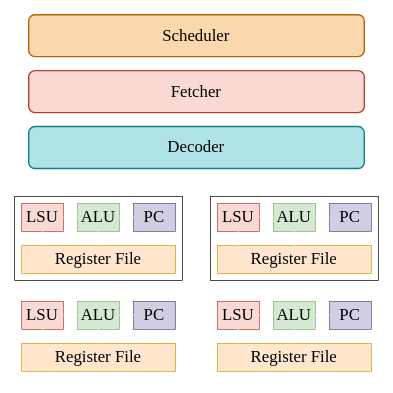
Above: docs/computeunit_top_level.svg in mmh257/proj_minigpu (draw.io), before the change. Source tidied: cells renumbered, new cells last; positions are measured from the earlier drawing's top-left corner, leaving out a move shared by most shapes.
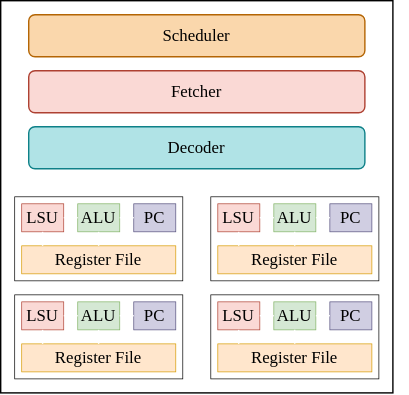
After the commit.

Diff of the diagram source:
```diff
@@ -1,4 +1,4 @@
-<mxGraphModel>
+<mxGraphModel background="#ffffff">
   <root>
     <mxCell id="0" />
     <mxCell id="1" parent="0" />
@@ -14,7 +14,7 @@
     <mxCell id="5" style="group;fontColor=#FFFFFF;" parent="1" vertex="1">
       <mxGeometry x="10" y="140" width="120" height="60" as="geometry" />
     </mxCell>
-    <mxCell id="6" style="rounded=0;whiteSpace=wrap;html=1;fontFamily=Tahoma;fontColor=#000000;fillColor=none;strokeWidth=0.5;" parent="5" vertex="1">
+    <mxCell id="6" style="rounded=0;whiteSpace=wrap;html=1;fontFamily=Tahoma;fontColor=#000000;fillColor=none;strokeWidth=0.5;strokeColor=#000000;" parent="5" vertex="1">
       <mxGeometry width="120" height="60" as="geometry" />
     </mxCell>
     <mxCell id="7" value="LSU" style="rounded=0;whiteSpace=wrap;html=1;strokeWidth=0.5;fontFamily=Tahoma;fillColor=#fad9d5;strokeColor=#ae4132;fontColor=#000000;" parent="5" vertex="1">
@@ -56,143 +56,143 @@
         <mxPoint x="55.1" y="9.9" as="targetPoint" />
       </mxGeometry>
     </mxCell>
-    <mxCell id="16" style="group;fontColor=#FFFFFF;" parent="1" vertex="1">
-      <mxGeometry x="150" y="140" width="130" height="140" as="geometry" />
-    </mxCell>
-    <mxCell id="17" style="rounded=0;whiteSpace=wrap;html=1;fontFamily=Tahoma;fontColor=#000000;fillColor=none;strokeWidth=0.5;" parent="16" vertex="1">
-      <mxGeometry width="120" height="60" as="geometry" />
-    </mxCell>
-    <mxCell id="18" value="LSU" style="rounded=0;whiteSpace=wrap;html=1;strokeWidth=0.5;fontFamily=Tahoma;fillColor=#fad9d5;strokeColor=#ae4132;fontColor=#000000;" parent="16" vertex="1">
-      <mxGeometry x="5" y="5" width="30" height="20" as="geometry" />
-    </mxCell>
-    <mxCell id="19" value="Register File" style="rounded=0;whiteSpace=wrap;html=1;strokeWidth=0.5;fontFamily=Tahoma;fillColor=#ffe6cc;strokeColor=#d79b00;fontColor=#000000;" parent="16" vertex="1">
-      <mxGeometry x="5" y="35" width="110" height="20" as="geometry" />
-    </mxCell>
-    <mxCell id="20" style="group;" parent="16" vertex="1">
-      <mxGeometry x="19.9" y="5" width="95.1" height="30" as="geometry" />
-    </mxCell>
-    <mxCell id="21" value="ALU" style="rounded=0;whiteSpace=wrap;html=1;strokeWidth=0.5;fontFamily=Tahoma;fillColor=#d5e8d4;strokeColor=#82b366;fontColor=#000000;" parent="20" vertex="1">
-      <mxGeometry x="25.1" width="30" height="20" as="geometry" />
-    </mxCell>
-    <mxCell id="22" value="PC" style="rounded=0;whiteSpace=wrap;html=1;strokeWidth=0.5;fontFamily=Tahoma;fillColor=#d0cee2;strokeColor=#56517e;fontColor=#000000;" parent="20" vertex="1">
-      <mxGeometry x="65.1" width="30" height="20" as="geometry" />
-    </mxCell>
-    <mxCell id="23" style="endArrow=none;html=1;strokeColor=#FFFFFF;fontFamily=Tahoma;fontColor=#000000;" parent="20" edge="1">
-      <mxGeometry relative="1" as="geometry">
-        <mxPoint y="30" as="sourcePoint" />
-        <mxPoint y="20" as="targetPoint" />
-      </mxGeometry>
-    </mxCell>
-    <mxCell id="24" style="endArrow=none;html=1;strokeColor=#FFFFFF;fontFamily=Tahoma;fontColor=#000000;" parent="20" edge="1">
-      <mxGeometry relative="1" as="geometry">
-        <mxPoint x="40" y="30" as="sourcePoint" />
-        <mxPoint x="40" y="20" as="targetPoint" />
-      </mxGeometry>
-    </mxCell>
-    <mxCell id="25" style="endArrow=none;html=1;strokeColor=#FFFFFF;fontFamily=Tahoma;fontColor=#000000;" parent="20" edge="1">
-      <mxGeometry relative="1" as="geometry">
-        <mxPoint x="25.1" y="9.9" as="sourcePoint" />
-        <mxPoint x="15.1" y="9.9" as="targetPoint" />
-      </mxGeometry>
-    </mxCell>
-    <mxCell id="26" style="endArrow=none;html=1;strokeColor=#FFFFFF;fontFamily=Tahoma;fontColor=#000000;" parent="20" edge="1">
-      <mxGeometry relative="1" as="geometry">
-        <mxPoint x="65.1" y="9.9" as="sourcePoint" />
-        <mxPoint x="55.1" y="9.9" as="targetPoint" />
-      </mxGeometry>
-    </mxCell>
-    <mxCell id="27" style="rounded=0;whiteSpace=wrap;html=1;strokeColor=#FFFFFF;strokeWidth=0.5;fontFamily=Tahoma;fontColor=#FFFFFF;fillColor=none;" parent="16" vertex="1">
-      <mxGeometry x="-150" y="-140" width="280" height="280" as="geometry" />
-    </mxCell>
+    <mxCell id="50" style="group;fontColor=#FFFFFF;" parent="1" vertex="1">
+      <mxGeometry x="150" y="140" width="140" height="140" as="geometry" />
+    </mxCell>
+    <mxCell id="51" style="rounded=0;whiteSpace=wrap;html=1;fontFamily=Tahoma;fontColor=#000000;fillColor=none;strokeWidth=0.5;strokeColor=#000000;" parent="50" vertex="1">
+      <mxGeometry width="120" height="60" as="geometry" />
+    </mxCell>
+    <mxCell id="52" value="LSU" style="rounded=0;whiteSpace=wrap;html=1;strokeWidth=0.5;fontFamily=Tahoma;fillColor=#fad9d5;strokeColor=#ae4132;fontColor=#000000;" parent="50" vertex="1">
+      <mxGeometry x="5" y="5" width="30" height="20" as="geometry" />
+    </mxCell>
+    <mxCell id="53" value="Register File" style="rounded=0;whiteSpace=wrap;html=1;strokeWidth=0.5;fontFamily=Tahoma;fillColor=#ffe6cc;strokeColor=#d79b00;fontColor=#000000;" parent="50" vertex="1">
+      <mxGeometry x="5" y="35" width="110" height="20" as="geometry" />
+    </mxCell>
+    <mxCell id="54" style="group;" parent="50" vertex="1">
+      <mxGeometry x="19.9" y="5" width="120.1" height="135" as="geometry" />
+    </mxCell>
+    <mxCell id="55" value="ALU" style="rounded=0;whiteSpace=wrap;html=1;strokeWidth=0.5;fontFamily=Tahoma;fillColor=#d5e8d4;strokeColor=#82b366;fontColor=#000000;" parent="54" vertex="1">
+      <mxGeometry x="25.1" width="30" height="20" as="geometry" />
+    </mxCell>
+    <mxCell id="56" value="PC" style="rounded=0;whiteSpace=wrap;html=1;strokeWidth=0.5;fontFamily=Tahoma;fillColor=#d0cee2;strokeColor=#56517e;fontColor=#000000;" parent="54" vertex="1">
+      <mxGeometry x="65.1" width="30" height="20" as="geometry" />
+    </mxCell>
+    <mxCell id="57" style="endArrow=none;html=1;strokeColor=#FFFFFF;fontFamily=Tahoma;fontColor=#000000;" parent="54" edge="1">
+      <mxGeometry relative="1" as="geometry">
+        <mxPoint y="30" as="sourcePoint" />
+        <mxPoint y="20" as="targetPoint" />
+      </mxGeometry>
+    </mxCell>
+    <mxCell id="58" style="endArrow=none;html=1;strokeColor=#FFFFFF;fontFamily=Tahoma;fontColor=#000000;" parent="54" edge="1">
+      <mxGeometry relative="1" as="geometry">
+        <mxPoint x="40" y="30" as="sourcePoint" />
+        <mxPoint x="40" y="20" as="targetPoint" />
+      </mxGeometry>
+    </mxCell>
+    <mxCell id="59" style="endArrow=none;html=1;strokeColor=#FFFFFF;fontFamily=Tahoma;fontColor=#000000;" parent="54" edge="1">
+      <mxGeometry relative="1" as="geometry">
+        <mxPoint x="25.1" y="9.9" as="sourcePoint" />
+        <mxPoint x="15.1" y="9.9" as="targetPoint" />
+      </mxGeometry>
+    </mxCell>
+    <mxCell id="60" style="endArrow=none;html=1;strokeColor=#FFFFFF;fontFamily=Tahoma;fontColor=#000000;" parent="54" edge="1">
+      <mxGeometry relative="1" as="geometry">
+        <mxPoint x="65.1" y="9.9" as="sourcePoint" />
+        <mxPoint x="55.1" y="9.9" as="targetPoint" />
+      </mxGeometry>
+    </mxCell>
+    <mxCell id="61" style="rounded=0;whiteSpace=wrap;html=1;fillColor=none;strokeColor=#000000;" parent="50" vertex="1">
+      <mxGeometry x="-150" y="-140" width="280" height="280" as="geometry" />
+    </mxCell>
+    <mxCell id="39" style="group;fontColor=#FFFFFF;" parent="1" vertex="1">
+      <mxGeometry x="150" y="210" width="120" height="60" as="geometry" />
+    </mxCell>
+    <mxCell id="62" style="rounded=0;whiteSpace=wrap;html=1;fontFamily=Tahoma;fontColor=#000000;fillColor=none;strokeWidth=0.5;strokeColor=#000000;" parent="39" vertex="1">
+      <mxGeometry width="120" height="60" as="geometry" />
+    </mxCell>
+    <mxCell id="63" value="LSU" style="rounded=0;whiteSpace=wrap;html=1;strokeWidth=0.5;fontFamily=Tahoma;fillColor=#fad9d5;strokeColor=#ae4132;fontColor=#000000;" parent="39" vertex="1">
+      <mxGeometry x="5" y="5" width="30" height="20" as="geometry" />
+    </mxCell>
+    <mxCell id="64" value="Register File" style="rounded=0;whiteSpace=wrap;html=1;strokeWidth=0.5;fontFamily=Tahoma;fillColor=#ffe6cc;strokeColor=#d79b00;fontColor=#000000;" parent="39" vertex="1">
+      <mxGeometry x="5" y="35" width="110" height="20" as="geometry" />
+    </mxCell>
+    <mxCell id="65" style="group;" parent="39" vertex="1">
+      <mxGeometry x="19.9" y="5" width="95.1" height="30" as="geometry" />
+    </mxCell>
+    <mxCell id="66" value="ALU" style="rounded=0;whiteSpace=wrap;html=1;strokeWidth=0.5;fontFamily=Tahoma;fillColor=#d5e8d4;strokeColor=#82b366;fontColor=#000000;" parent="65" vertex="1">
+      <mxGeometry x="25.1" width="30" height="20" as="geometry" />
+    </mxCell>
+    <mxCell id="67" value="PC" style="rounded=0;whiteSpace=wrap;html=1;strokeWidth=0.5;fontFamily=Tahoma;fillColor=#d0cee2;strokeColor=#56517e;fontColor=#000000;" parent="65" vertex="1">
+      <mxGeometry x="65.1" width="30" height="20" as="geometry" />
+    </mxCell>
+    <mxCell id="68" style="endArrow=none;html=1;strokeColor=#FFFFFF;fontFamily=Tahoma;fontColor=#000000;" parent="65" edge="1">
+      <mxGeometry relative="1" as="geometry">
+        <mxPoint y="30" as="sourcePoint" />
+        <mxPoint y="20" as="targetPoint" />
+      </mxGeometry>
+    </mxCell>
+    <mxCell id="69" style="endArrow=none;html=1;strokeColor=#FFFFFF;fontFamily=Tahoma;fontColor=#000000;" parent="65" edge="1">
+      <mxGeometry relative="1" as="geometry">
+        <mxPoint x="40" y="30" as="sourcePoint" />
+        <mxPoint x="40" y="20" as="targetPoint" />
+      </mxGeometry>
+    </mxCell>
+    <mxCell id="70" style="endArrow=none;html=1;strokeColor=#FFFFFF;fontFamily=Tahoma;fontColor=#000000;" parent="65" edge="1">
+      <mxGeometry relative="1" as="geometry">
+        <mxPoint x="25.1" y="9.9" as="sourcePoint" />
+        <mxPoint x="15.1" y="9.9" as="targetPoint" />
+      </mxGeometry>
+    </mxCell>
+    <mxCell id="71" style="endArrow=none;html=1;strokeColor=#FFFFFF;fontFamily=Tahoma;fontColor=#000000;" parent="65" edge="1">
+      <mxGeometry relative="1" as="geometry">
+        <mxPoint x="65.1" y="9.9" as="sourcePoint" />
+        <mxPoint x="55.1" y="9.9" as="targetPoint" />
+      </mxGeometry>
+    </mxCell>
     <mxCell id="28" style="group;fontColor=#FFFFFF;" parent="1" vertex="1">
       <mxGeometry x="10" y="210" width="120" height="60" as="geometry" />
     </mxCell>
-    <mxCell id="29" style="rounded=0;whiteSpace=wrap;html=1;fontFamily=Tahoma;fontColor=#000000;fillColor=none;strokeWidth=0.5;strokeColor=#FFFFFF;" parent="28" vertex="1">
-      <mxGeometry width="120" height="60" as="geometry" />
-    </mxCell>
-    <mxCell id="30" value="LSU" style="rounded=0;whiteSpace=wrap;html=1;strokeWidth=0.5;fontFamily=Tahoma;fillColor=#fad9d5;strokeColor=#ae4132;fontColor=#000000;" parent="28" vertex="1">
-      <mxGeometry x="5" y="5" width="30" height="20" as="geometry" />
-    </mxCell>
-    <mxCell id="31" value="Register File" style="rounded=0;whiteSpace=wrap;html=1;strokeWidth=0.5;fontFamily=Tahoma;fillColor=#ffe6cc;strokeColor=#d79b00;fontColor=#000000;" parent="28" vertex="1">
-      <mxGeometry x="5" y="35" width="110" height="20" as="geometry" />
-    </mxCell>
-    <mxCell id="32" style="group;" parent="28" vertex="1">
-      <mxGeometry x="19.9" y="5" width="95.1" height="30" as="geometry" />
-    </mxCell>
-    <mxCell id="33" value="ALU" style="rounded=0;whiteSpace=wrap;html=1;strokeWidth=0.5;fontFamily=Tahoma;fillColor=#d5e8d4;strokeColor=#82b366;fontColor=#000000;" parent="32" vertex="1">
-      <mxGeometry x="25.1" width="30" height="20" as="geometry" />
-    </mxCell>
-    <mxCell id="34" value="PC" style="rounded=0;whiteSpace=wrap;html=1;strokeWidth=0.5;fontFamily=Tahoma;fillColor=#d0cee2;strokeColor=#56517e;fontColor=#000000;" parent="32" vertex="1">
-      <mxGeometry x="65.1" width="30" height="20" as="geometry" />
-    </mxCell>
-    <mxCell id="35" style="endArrow=none;html=1;strokeColor=#FFFFFF;fontFamily=Tahoma;fontColor=#000000;" parent="32" edge="1">
-      <mxGeometry relative="1" as="geometry">
-        <mxPoint y="30" as="sourcePoint" />
-        <mxPoint y="20" as="targetPoint" />
-      </mxGeometry>
-    </mxCell>
-    <mxCell id="36" style="endArrow=none;html=1;strokeColor=#FFFFFF;fontFamily=Tahoma;fontColor=#000000;" parent="32" edge="1">
-      <mxGeometry relative="1" as="geometry">
-        <mxPoint x="40" y="30" as="sourcePoint" />
-        <mxPoint x="40" y="20" as="targetPoint" />
-      </mxGeometry>
-    </mxCell>
-    <mxCell id="37" style="endArrow=none;html=1;strokeColor=#FFFFFF;fontFamily=Tahoma;fontColor=#000000;" parent="32" edge="1">
-      <mxGeometry relative="1" as="geometry">
-        <mxPoint x="25.1" y="9.9" as="sourcePoint" />
-        <mxPoint x="15.1" y="9.9" as="targetPoint" />
-      </mxGeometry>
-    </mxCell>
-    <mxCell id="38" style="endArrow=none;html=1;strokeColor=#FFFFFF;fontFamily=Tahoma;fontColor=#000000;" parent="32" edge="1">
-      <mxGeometry relative="1" as="geometry">
-        <mxPoint x="65.1" y="9.9" as="sourcePoint" />
-        <mxPoint x="55.1" y="9.9" as="targetPoint" />
-      </mxGeometry>
-    </mxCell>
-    <mxCell id="39" style="group;fontColor=#FFFFFF;" parent="1" vertex="1">
-      <mxGeometry x="150" y="210" width="120" height="60" as="geometry" />
-    </mxCell>
-    <mxCell id="40" style="rounded=0;whiteSpace=wrap;html=1;fontFamily=Tahoma;fontColor=#000000;fillColor=none;strokeWidth=0.5;strokeColor=#FFFFFF;" parent="39" vertex="1">
-      <mxGeometry width="120" height="60" as="geometry" />
-    </mxCell>
-    <mxCell id="41" value="LSU" style="rounded=0;whiteSpace=wrap;html=1;strokeWidth=0.5;fontFamily=Tahoma;fillColor=#fad9d5;strokeColor=#ae4132;fontColor=#000000;" parent="39" vertex="1">
-      <mxGeometry x="5" y="5" width="30" height="20" as="geometry" />
-    </mxCell>
-    <mxCell id="42" value="Register File" style="rounded=0;whiteSpace=wrap;html=1;strokeWidth=0.5;fontFamily=Tahoma;fillColor=#ffe6cc;strokeColor=#d79b00;fontColor=#000000;" parent="39" vertex="1">
-      <mxGeometry x="5" y="35" width="110" height="20" as="geometry" />
-    </mxCell>
-    <mxCell id="43" style="group;" parent="39" vertex="1">
-      <mxGeometry x="19.9" y="5" width="95.1" height="30" as="geometry" />
-    </mxCell>
-    <mxCell id="44" value="ALU" style="rounded=0;whiteSpace=wrap;html=1;strokeWidth=0.5;fontFamily=Tahoma;fillColor=#d5e8d4;strokeColor=#82b366;fontColor=#000000;" parent="43" vertex="1">
-      <mxGeometry x="25.1" width="30" height="20" as="geometry" />
-    </mxCell>
-    <mxCell id="45" value="PC" style="rounded=0;whiteSpace=wrap;html=1;strokeWidth=0.5;fontFamily=Tahoma;fillColor=#d0cee2;strokeColor=#56517e;fontColor=#000000;" parent="43" vertex="1">
-      <mxGeometry x="65.1" width="30" height="20" as="geometry" />
-    </mxCell>
-    <mxCell id="46" style="endArrow=none;html=1;strokeColor=#FFFFFF;fontFamily=Tahoma;fontColor=#000000;" parent="43" edge="1">
-      <mxGeometry relative="1" as="geometry">
-        <mxPoint y="30" as="sourcePoint" />
-        <mxPoint y="20" as="targetPoint" />
-      </mxGeometry>
-    </mxCell>
-    <mxCell id="47" style="endArrow=none;html=1;strokeColor=#FFFFFF;fontFamily=Tahoma;fontColor=#000000;" parent="43" edge="1">
-      <mxGeometry relative="1" as="geometry">
-        <mxPoint x="40" y="30" as="sourcePoint" />
-        <mxPoint x="40" y="20" as="targetPoint" />
-      </mxGeometry>
-    </mxCell>
-    <mxCell id="48" style="endArrow=none;html=1;strokeColor=#FFFFFF;fontFamily=Tahoma;fontColor=#000000;" parent="43" edge="1">
-      <mxGeometry relative="1" as="geometry">
-        <mxPoint x="25.1" y="9.9" as="sourcePoint" />
-        <mxPoint x="15.1" y="9.9" as="targetPoint" />
-      </mxGeometry>
-    </mxCell>
-    <mxCell id="49" style="endArrow=none;html=1;strokeColor=#FFFFFF;fontFamily=Tahoma;fontColor=#000000;" parent="43" edge="1">
-      <mxGeometry relative="1" as="geometry">
-        <mxPoint x="65.1" y="9.9" as="sourcePoint" />
-        <mxPoint x="55.1" y="9.9" as="targetPoint" />
-      </mxGeometry>
-    </mxCell>
+    <mxCell id="72" style="rounded=0;whiteSpace=wrap;html=1;fontFamily=Tahoma;fontColor=#000000;fillColor=none;strokeWidth=0.5;strokeColor=#000000;" parent="28" vertex="1">
+      <mxGeometry width="120" height="60" as="geometry" />
+    </mxCell>
+    <mxCell id="73" value="LSU" style="rounded=0;whiteSpace=wrap;html=1;strokeWidth=0.5;fontFamily=Tahoma;fillColor=#fad9d5;strokeColor=#ae4132;fontColor=#000000;" parent="28" vertex="1">
+      <mxGeometry x="5" y="5" width="30" height="20" as="geometry" />
+    </mxCell>
+    <mxCell id="74" value="Register File" style="rounded=0;whiteSpace=wrap;html=1;strokeWidth=0.5;fontFamily=Tahoma;fillColor=#ffe6cc;strokeColor=#d79b00;fontColor=#000000;" parent="28" vertex="1">
+      <mxGeometry x="5" y="35" width="110" height="20" as="geometry" />
+    </mxCell>
+    <mxCell id="75" style="group;" parent="28" vertex="1">
+      <mxGeometry x="19.9" y="5" width="95.1" height="30" as="geometry" />
+    </mxCell>
+    <mxCell id="76" value="ALU" style="rounded=0;whiteSpace=wrap;html=1;strokeWidth=0.5;fontFamily=Tahoma;fillColor=#d5e8d4;strokeColor=#82b366;fontColor=#000000;" parent="75" vertex="1">
+      <mxGeometry x="25.1" width="30" height="20" as="geometry" />
+    </mxCell>
+    <mxCell id="77" value="PC" style="rounded=0;whiteSpace=wrap;html=1;strokeWidth=0.5;fontFamily=Tahoma;fillColor=#d0cee2;strokeColor=#56517e;fontColor=#000000;" parent="75" vertex="1">
+      <mxGeometry x="65.1" width="30" height="20" as="geometry" />
+    </mxCell>
+    <mxCell id="78" style="endArrow=none;html=1;strokeColor=#FFFFFF;fontFamily=Tahoma;fontColor=#000000;" parent="75" edge="1">
+      <mxGeometry relative="1" as="geometry">
+        <mxPoint y="30" as="sourcePoint" />
+        <mxPoint y="20" as="targetPoint" />
+      </mxGeometry>
+    </mxCell>
+    <mxCell id="79" style="endArrow=none;html=1;strokeColor=#FFFFFF;fontFamily=Tahoma;fontColor=#000000;" parent="75" edge="1">
+      <mxGeometry relative="1" as="geometry">
+        <mxPoint x="40" y="30" as="sourcePoint" />
+        <mxPoint x="40" y="20" as="targetPoint" />
+      </mxGeometry>
+    </mxCell>
+    <mxCell id="80" style="endArrow=none;html=1;strokeColor=#FFFFFF;fontFamily=Tahoma;fontColor=#000000;" parent="75" edge="1">
+      <mxGeometry relative="1" as="geometry">
+        <mxPoint x="25.1" y="9.9" as="sourcePoint" />
+        <mxPoint x="15.1" y="9.9" as="targetPoint" />
+      </mxGeometry>
+    </mxCell>
+    <mxCell id="81" style="endArrow=none;html=1;strokeColor=#FFFFFF;fontFamily=Tahoma;fontColor=#000000;" parent="75" edge="1">
+      <mxGeometry relative="1" as="geometry">
+        <mxPoint x="65.1" y="9.9" as="sourcePoint" />
+        <mxPoint x="55.1" y="9.9" as="targetPoint" />
+      </mxGeometry>
+    </mxCell>
   </root>
 </mxGraphModel>
```
